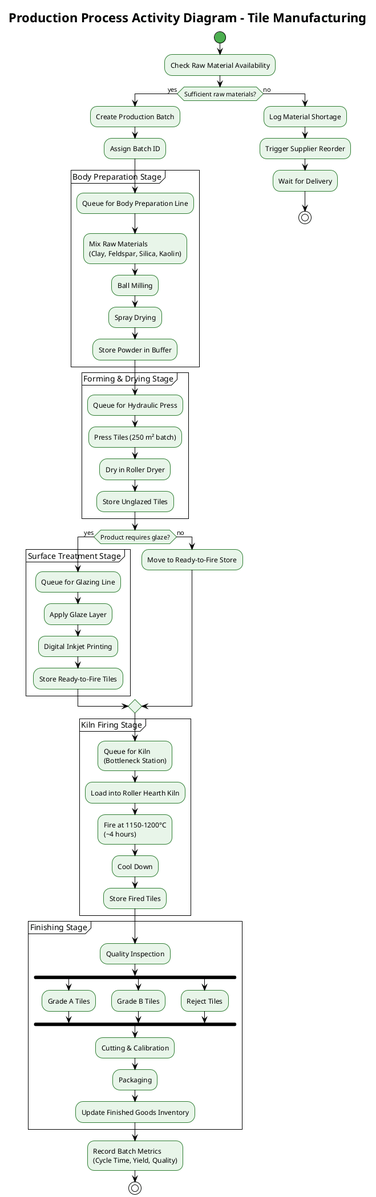
This is assignment_ooad/uml_diagrams/activity_production.png from kidfromjupiter/cerasim, a PlantUML export, as it was before one commit.
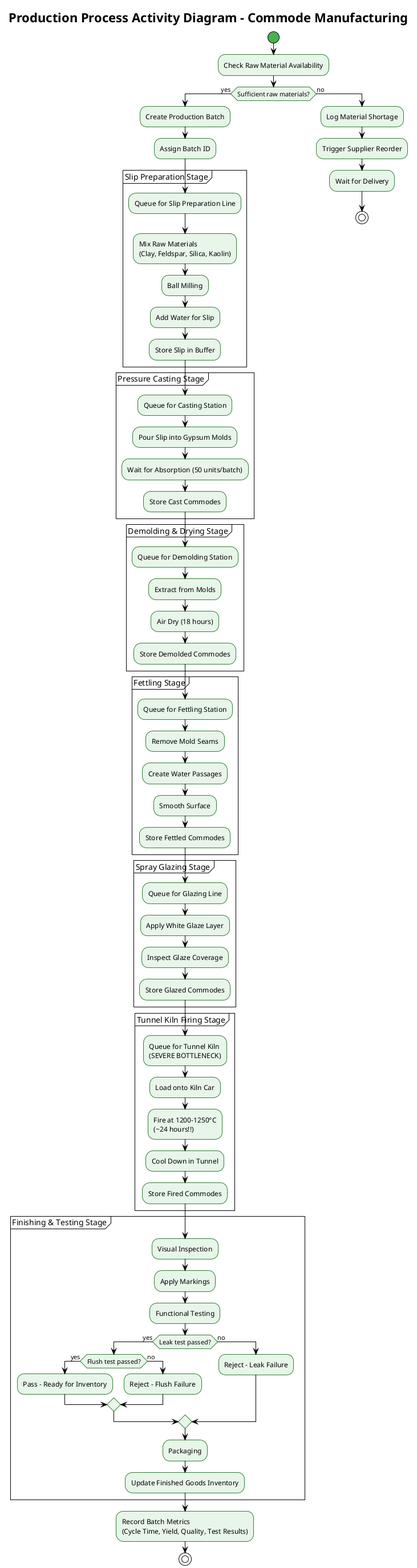
After the change.

The edit, as a diff of the source:
```diff
@@ -5,7 +5,7 @@
 skinparam activityStartColor #4CAF50
 skinparam activityEndColor #C62828
 
-title Production Process Activity Diagram - Tile Manufacturing
+title Production Process Activity Diagram - Commode Manufacturing
 
 start
 
@@ -15,57 +15,72 @@
   :Create Production Batch;
   :Assign Batch ID;
 
-  partition "Body Preparation Stage" {
-    :Queue for Body Preparation Line;
+  partition "Slip Preparation Stage" {
+    :Queue for Slip Preparation Line;
     :Mix Raw Materials\n(Clay, Feldspar, Silica, Kaolin);
     :Ball Milling;
-    :Spray Drying;
-    :Store Powder in Buffer;
+    :Add Water for Slip;
+    :Store Slip in Buffer;
   }
 
-  partition "Forming & Drying Stage" {
-    :Queue for Hydraulic Press;
-    :Press Tiles (250 m² batch);
-    :Dry in Roller Dryer;
-    :Store Unglazed Tiles;
+  partition "Pressure Casting Stage" {
+    :Queue for Casting Station;
+    :Pour Slip into Gypsum Molds;
+    :Wait for Absorption (50 units/batch);
+    :Store Cast Commodes;
   }
 
-  if (Product requires glaze?) then (yes)
-    partition "Surface Treatment Stage" {
-      :Queue for Glazing Line;
-      :Apply Glaze Layer;
-      :Digital Inkjet Printing;
-      :Store Ready-to-Fire Tiles;
-    }
-  else (no)
-    :Move to Ready-to-Fire Store;
-  endif
-
-  partition "Kiln Firing Stage" {
-    :Queue for Kiln\n(Bottleneck Station);
-    :Load into Roller Hearth Kiln;
-    :Fire at 1150-1200°C\n(~4 hours);
-    :Cool Down;
-    :Store Fired Tiles;
+  partition "Demolding & Drying Stage" {
+    :Queue for Demolding Station;
+    :Extract from Molds;
+    :Air Dry (18 hours);
+    :Store Demolded Commodes;
   }
 
-  partition "Finishing Stage" {
-    :Quality Inspection;
+  partition "Fettling Stage" {
+    :Queue for Fettling Station;
+    :Remove Mold Seams;
+    :Create Water Passages;
+    :Smooth Surface;
+    :Store Fettled Commodes;
+  }
 
-    fork
-      :Grade A Tiles;
-    fork again
-      :Grade B Tiles;
-    fork again
-      :Reject Tiles;
-    end fork
+  partition "Spray Glazing Stage" {
+    :Queue for Glazing Line;
+    :Apply White Glaze Layer;
+    :Inspect Glaze Coverage;
+    :Store Glazed Commodes;
+  }
 
-    :Cutting & Calibration;
+  partition "Tunnel Kiln Firing Stage" {
+    :Queue for Tunnel Kiln\n(SEVERE BOTTLENECK);
+    :Load onto Kiln Car;
+    :Fire at 1200-1250°C\n(~24 hours!!);
+    :Cool Down in Tunnel;
+    :Store Fired Commodes;
+  }
+
+  partition "Finishing & Testing Stage" {
+    :Visual Inspection;
+    :Apply Markings;
+
+    :Functional Testing;
+
+    if (Leak test passed?) then (yes)
+      if (Flush test passed?) then (yes)
+        :Pass - Ready for Inventory;
+      else (no)
+        :Reject - Flush Failure;
+      endif
+    else (no)
+      :Reject - Leak Failure;
+    endif
+
     :Packaging;
     :Update Finished Goods Inventory;
   }
 
-  :Record Batch Metrics\n(Cycle Time, Yield, Quality);
+  :Record Batch Metrics\n(Cycle Time, Yield, Quality, Test Results);
 
   stop
 
```
